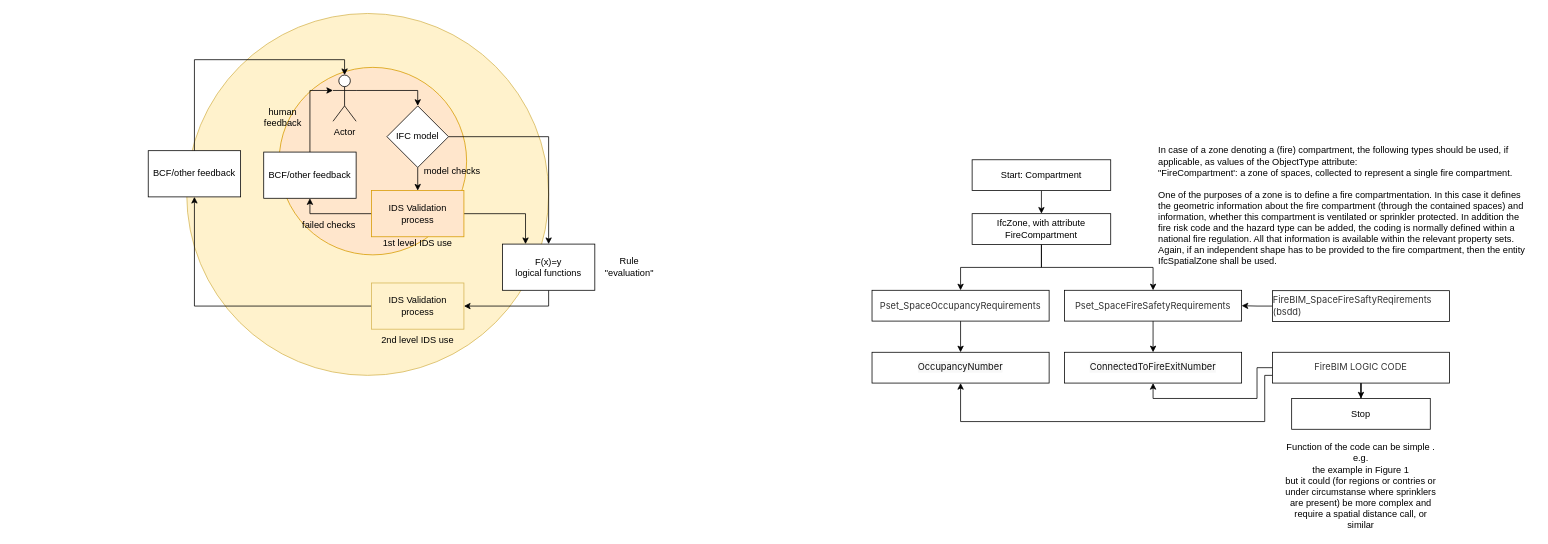
The draw.io diagram diagram/IDS.drawio in Kristoffernegendahl/fireBIM, before the edit. Source tidied: cells renumbered, new cells numbered last; positions are measured from the earlier drawing's top-left corner, leaving out a move shared by most shapes. Both pictures are drawn from the tidied source at 77%, with x=0, y=0 at pixel (148, 13).
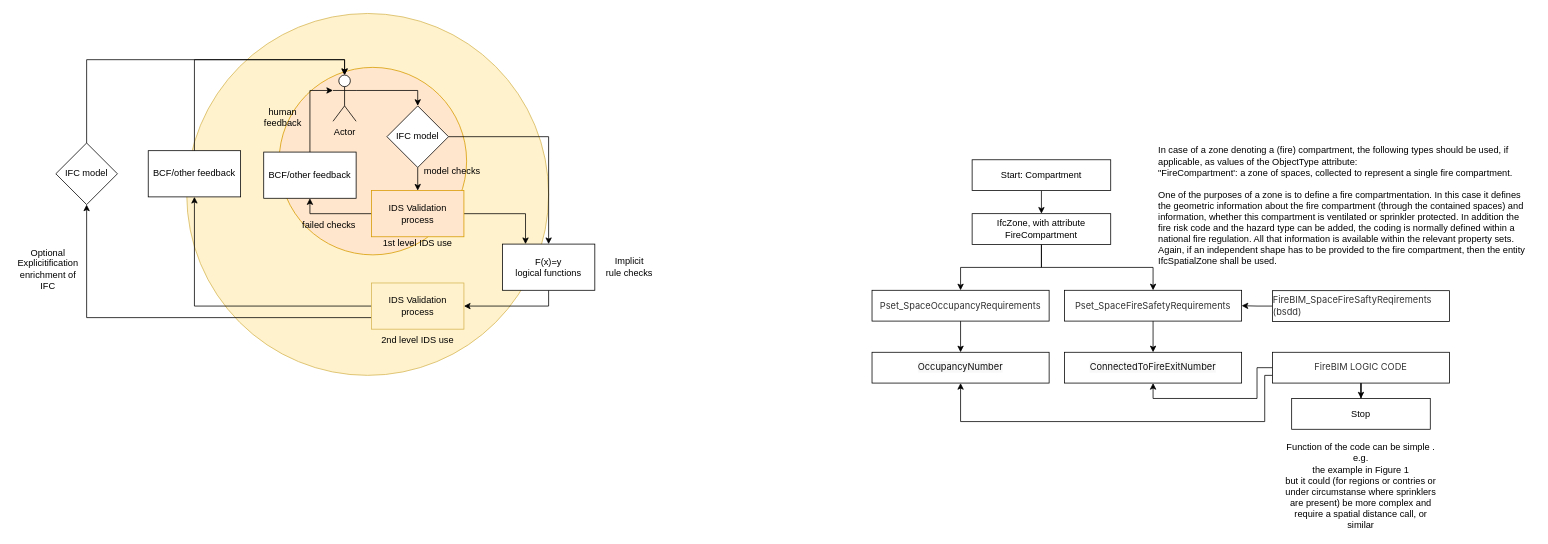
The same page after the edit.

Commit message:
Explicitfication Enrichment of IFC as option IDS.drawio

The change refers to these unchanged cells:
```xml
<mxCell id="38" value="IDS Validation process" style="rounded=0;whiteSpace=wrap;html=1;fillColor=#fff2cc;strokeColor=#d6b656;" parent="1" vertex="1">
  <mxGeometry x="290" y="350" width="120" height="60" as="geometry" />
</mxCell>
<mxCell id="41" value="Actor" style="shape=umlActor;verticalLabelPosition=bottom;verticalAlign=top;html=1;outlineConnect=0;" parent="1" vertex="1">
  <mxGeometry x="240" y="80" width="30" height="60" as="geometry" />
</mxCell>
```

What changed in the source:
```diff
@@
-    <mxCell id="36" value="Rule &quot;evaluation&quot;" style="text;html=1;align=center;verticalAlign=middle;whiteSpace=wrap;rounded=0;" parent="1" vertex="1">
+    <mxCell id="36" value="&lt;div&gt;Implicit&lt;/div&gt;rule checks" style="text;html=1;align=center;verticalAlign=middle;whiteSpace=wrap;rounded=0;" parent="1" vertex="1">
       <mxGeometry x="580" y="313.5" width="90" height="30" as="geometry" />
     </mxCell>
@@
+    <mxCell id="46" style="edgeStyle=orthogonalEdgeStyle;rounded=0;jettySize=auto;html=1;exitX=0;exitY=0.75;exitDx=0;exitDy=0;" parent="1" edge="1" source="38" target="48">
+      <mxGeometry relative="1" as="geometry" />
+    </mxCell>
@@
+    <mxCell id="47" value="&lt;div&gt;Optional&lt;/div&gt;&lt;div&gt;Explicitification&lt;/div&gt;&lt;div&gt;enrichment of IFC&lt;/div&gt;" style="text;html=1;align=center;verticalAlign=middle;whiteSpace=wrap;rounded=0;" parent="1" vertex="1">
+      <mxGeometry x="-175" y="317" width="90" height="30" as="geometry" />
+    </mxCell>
+    <mxCell id="48" value="IFC model" style="rhombus;whiteSpace=wrap;html=1;" parent="1" vertex="1">
+      <mxGeometry x="-120" y="168.2" width="80" height="80" as="geometry" />
+    </mxCell>
+    <mxCell id="49" style="edgeStyle=orthogonalEdgeStyle;rounded=0;jettySize=auto;html=1;exitX=0.5;exitY=0;exitDx=0;exitDy=0;entryX=0.5;entryY=0;entryDx=0;entryDy=0;entryPerimeter=0;" parent="1" edge="1" source="48" target="41">
+      <mxGeometry relative="1" as="geometry" />
+    </mxCell>
```
